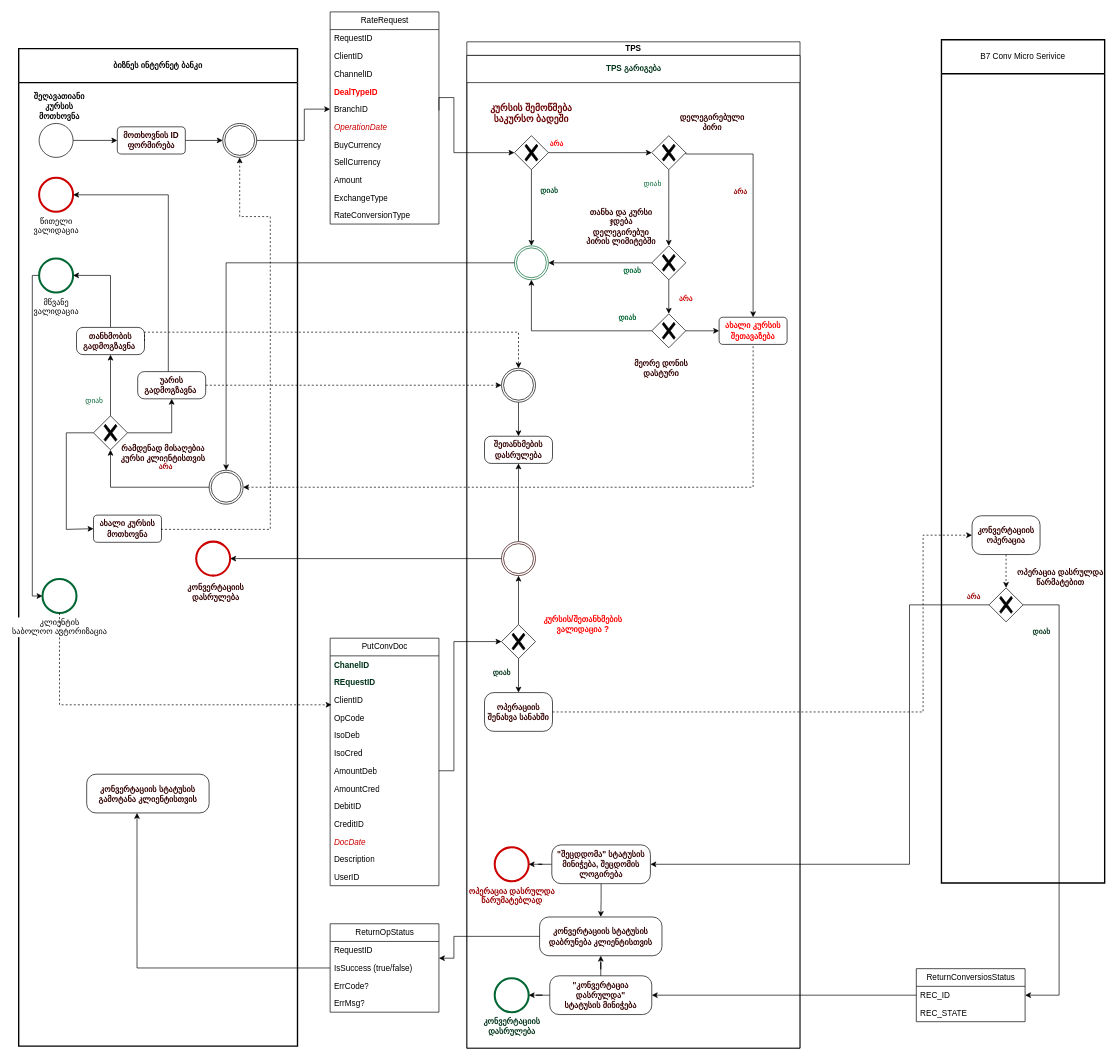
Before: page "შეღავათიანიi კურსზე შეთანხმება" (1 of 4) of RateDealProcessDiagramB7.drawio in vaso514d/drawio, a draw.io diagram. Source tidied: cells renumbered, new cells numbered last; positions are measured from the earlier drawing's top-left corner, leaving out a move shared by most shapes. Both pictures are drawn from the tidied source at 68%, with x=0, y=0 at pixel (18, 12).
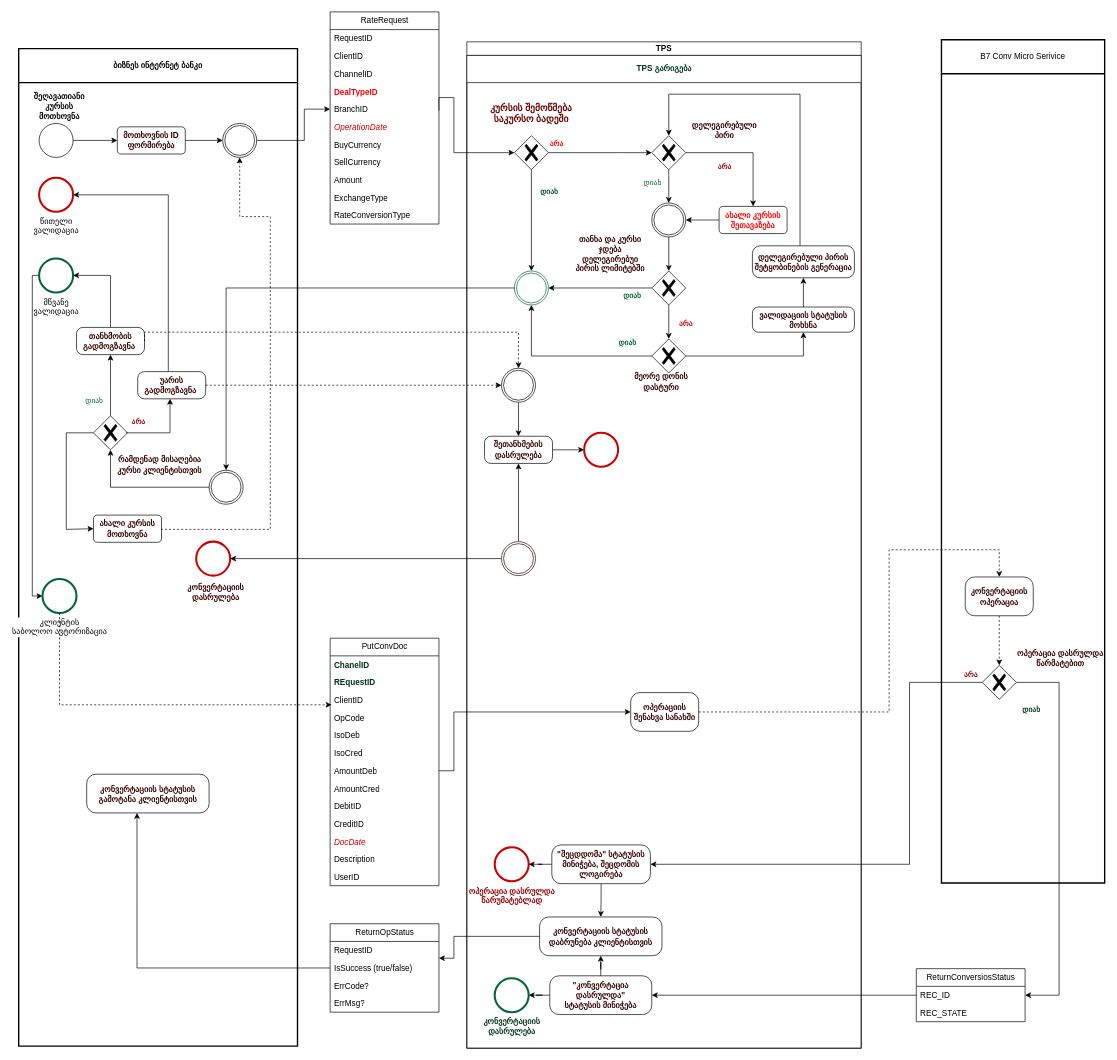
Above is the later version.

The change refers to these unchanged cells:
```xml
<mxCell id="2" value="&lt;b style=&quot;border-color: var(--border-color);&quot;&gt;ბიზნეს ინტერნეტ ბანკი&lt;/b&gt;" style="swimlane;html=1;startSize=50;fontStyle=0;horizontal=1;swimlaneLine=1;strokeWidth=2;swimlaneFillColor=#ffffff;whiteSpace=wrap;" parent="1" vertex="1">
  <mxGeometry y="54" width="410" height="1467" as="geometry" />
</mxCell>
<mxCell id="6" style="points=[[0.25,0.25,0],[0.5,0,0],[0.75,0.25,0],[1,0.5,0],[0.75,0.75,0],[0.5,1,0],[0.25,0.75,0],[0,0.5,0]];shape=mxgraph.bpmn.gateway2;html=1;verticalLabelPosition=bottom;labelBackgroundColor=#ffffff;verticalAlign=top;align=center;perimeter=rhombusPerimeter;outlineConnect=0;outline=none;symbol=none;gwType=exclusive;fontColor=#006633;" parent="2" vertex="1">
  <mxGeometry x="110" y="540" width="50" height="50" as="geometry" />
</mxCell>
<mxCell id="24" style="points=[[0.145,0.145,0],[0.5,0,0],[0.855,0.145,0],[1,0.5,0],[0.855,0.855,0],[0.5,1,0],[0.145,0.855,0],[0,0.5,0]];shape=mxgraph.bpmn.event;html=1;verticalLabelPosition=bottom;labelBackgroundColor=#ffffff;verticalAlign=top;align=center;perimeter=ellipsePerimeter;outlineConnect=0;outline=throwing;symbol=general;fontSize=12;" parent="2" vertex="1">
  <mxGeometry x="280" y="620" width="50" height="50" as="geometry" />
</mxCell>
<mxCell id="26" value="&lt;b&gt;უარის გადმოგზავნა&amp;nbsp;&lt;/b&gt;" style="rounded=1;whiteSpace=wrap;html=1;labelBackgroundColor=none;fontColor=#330000;arcSize=24;" parent="2" vertex="1">
  <mxGeometry x="175" y="475" width="100" height="40" as="geometry" />
</mxCell>
<mxCell id="38" value="&lt;b&gt;შეთანხმების დასრულება&lt;/b&gt;" style="rounded=1;whiteSpace=wrap;html=1;labelBackgroundColor=none;fontColor=#330000;arcSize=24;" parent="32" vertex="1">
  <mxGeometry x="26" y="560" width="100" height="40" as="geometry" />
</mxCell>
<mxCell id="48" value="&lt;b&gt;&quot;შეცდდომა&quot; სტატუსის&lt;br&gt;მინიჭება, შეცდომის ლოგირება&lt;br&gt;&lt;/b&gt;" style="rounded=1;whiteSpace=wrap;html=1;labelBackgroundColor=none;fontColor=#330000;arcSize=24;" parent="32" vertex="1">
  <mxGeometry x="125" y="1161" width="145" height="57" as="geometry" />
</mxCell>
<mxCell id="56" style="points=[[0.145,0.145,0],[0.5,0,0],[0.855,0.145,0],[1,0.5,0],[0.855,0.855,0],[0.5,1,0],[0.145,0.855,0],[0,0.5,0]];shape=mxgraph.bpmn.event;html=1;verticalLabelPosition=bottom;labelBackgroundColor=#ffffff;verticalAlign=top;align=center;perimeter=ellipsePerimeter;outlineConnect=0;outline=throwing;symbol=general;strokeColor=#330000;" parent="32" vertex="1">
  <mxGeometry x="51" y="715" width="50" height="50" as="geometry" />
</mxCell>
<mxCell id="57" style="points=[[0.25,0.25,0],[0.5,0,0],[0.75,0.25,0],[1,0.5,0],[0.75,0.75,0],[0.5,1,0],[0.25,0.75,0],[0,0.5,0]];shape=mxgraph.bpmn.gateway2;html=1;verticalLabelPosition=bottom;labelBackgroundColor=#ffffff;verticalAlign=top;align=center;perimeter=rhombusPerimeter;outlineConnect=0;outline=none;symbol=none;gwType=exclusive;" parent="32" vertex="1">
  <mxGeometry x="272" y="118" width="50" height="50" as="geometry" />
</mxCell>
<mxCell id="94" value="B7 Conv Micro Serivice" style="swimlane;html=1;startSize=50;fontStyle=0;horizontal=1;swimlaneLine=1;strokeWidth=2;swimlaneFillColor=#ffffff;whiteSpace=wrap;" parent="1" vertex="1">
  <mxGeometry x="1357" y="41" width="240" height="1240" as="geometry" />
</mxCell>
<mxCell id="100" value="PutConvDoc" style="swimlane;fontStyle=0;horizontal=1;startSize=26;fillColor=none;html=1;fontColor=#000000;" parent="1" vertex="1">
  <mxGeometry x="458" y="921" width="160" height="364" as="geometry" />
</mxCell>
<mxCell id="129" value="REC_ID" style="text;strokeColor=none;fillColor=none;align=left;verticalAlign=top;spacingLeft=4;spacingRight=4;overflow=hidden;points=[[0,0.5],[1,0.5]];portConstraint=eastwest;whiteSpace=wrap;html=1;fontColor=#000000;" parent="128" vertex="1">
  <mxGeometry y="26" width="160" height="26" as="geometry" />
</mxCell>
```

Diff of the diagram source:
```diff
@@
-    <mxCell id="11" value="რამდენად მისაღებია&lt;br&gt;კურსი კლიენტისთვის" style="text;html=1;strokeColor=none;fillColor=none;align=center;verticalAlign=middle;whiteSpace=wrap;rounded=0;fontColor=#330000;fontStyle=1;" parent="2" vertex="1">
-      <mxGeometry x="145" y="580" width="135" height="30" as="geometry" />
-    </mxCell>
-    <mxCell id="12" style="edgeStyle=orthogonalEdgeStyle;rounded=0;jettySize=auto;html=1;fontColor=#006633;exitX=1;exitY=0.5;exitDx=0;exitDy=0;exitPerimeter=0;entryX=0.5;entryY=1;entryDx=0;entryDy=0;" parent="2" edge="1" source="6" target="26">
-      <mxGeometry relative="1" as="geometry">
-        <Array as="points">
-          <mxPoint x="225" y="565" />
-        </Array>
-      </mxGeometry>
-    </mxCell>
-    <mxCell id="13" value="&lt;b&gt;&lt;font color=&quot;#990000&quot;&gt;არა&lt;/font&gt;&lt;/b&gt;" style="edgeLabel;html=1;align=center;verticalAlign=middle;fontColor=#006633;" parent="12" vertex="1">
-      <mxGeometry x="-0.41" y="1" relative="1" as="geometry">
-        <mxPoint x="21" y="49" as="offset" />
-      </mxGeometry>
-    </mxCell>
@@
+    <mxCell id="12" style="edgeStyle=orthogonalEdgeStyle;rounded=0;orthogonalLoop=1;jettySize=auto;html=1;fontColor=#006633;exitX=1;exitY=0.5;exitDx=0;exitDy=0;exitPerimeter=0;entryX=0.5;entryY=1;entryDx=0;entryDy=0;" parent="2" edge="1">
+      <mxGeometry relative="1" as="geometry">
+        <mxPoint x="157.5" y="565" as="sourcePoint" />
+        <mxPoint x="222.5" y="515" as="targetPoint" />
+        <Array as="points">
+          <mxPoint x="222.5" y="565" />
+        </Array>
+      </mxGeometry>
+    </mxCell>
+    <mxCell id="13" value="&lt;b&gt;&lt;font color=&quot;#990000&quot;&gt;არა&lt;/font&gt;&lt;/b&gt;" style="edgeLabel;html=1;align=center;verticalAlign=middle;fontColor=#006633;" parent="12" vertex="1">
+      <mxGeometry x="-0.41" y="1" relative="1" as="geometry">
+        <mxPoint x="-16" y="-17" as="offset" />
+      </mxGeometry>
+    </mxCell>
+    <mxCell id="11" value="რამდენად მისაღებია&lt;br&gt;კურსი კლიენტისთვის" style="text;html=1;strokeColor=none;fillColor=none;align=center;verticalAlign=middle;whiteSpace=wrap;rounded=0;fontColor=#330000;fontStyle=1;" parent="2" vertex="1">
+      <mxGeometry x="140" y="597" width="135" height="30" as="geometry" />
+    </mxCell>
     <mxCell id="31" value="TPS" style="swimlane;html=1;startSize=20;whiteSpace=wrap;" parent="1" vertex="1">
-      <mxGeometry x="659" y="44" width="490" height="1480" as="geometry" />
+      <mxGeometry x="659" y="44" width="580" height="1480" as="geometry" />
     </mxCell>
     <mxCell id="32" value="&lt;font color=&quot;#00331a&quot;&gt;TPS გარიგება&lt;/font&gt;" style="swimlane;html=1;startSize=40;" parent="31" vertex="1">
-      <mxGeometry y="20" width="490" height="1460" as="geometry" />
+      <mxGeometry y="20" width="580" height="1460" as="geometry" />
     </mxCell>
@@
     <mxCell id="34" style="points=[[0.145,0.145,0],[0.5,0,0],[0.855,0.145,0],[1,0.5,0],[0.855,0.855,0],[0.5,1,0],[0.145,0.855,0],[0,0.5,0]];shape=mxgraph.bpmn.event;html=1;verticalLabelPosition=bottom;labelBackgroundColor=#ffffff;verticalAlign=top;align=center;perimeter=ellipsePerimeter;outlineConnect=0;outline=throwing;symbol=general;strokeColor=#006633;" parent="32" vertex="1">
-      <mxGeometry x="70" y="280" width="50" height="50" as="geometry" />
+      <mxGeometry x="70" y="317" width="50" height="50" as="geometry" />
     </mxCell>
@@
+    <mxCell id="132" style="edgeStyle=orthogonalEdgeStyle;rounded=0;jettySize=auto;html=1;entryX=0;entryY=0.5;entryDx=0;entryDy=0;entryPerimeter=0;fontColor=#00331A;startArrow=none;startFill=0;endArrow=classic;endFill=1;" parent="32" edge="1" source="38" target="140">
+      <mxGeometry relative="1" as="geometry" />
+    </mxCell>
@@
-    <mxCell id="41" value="დიახ" style="edgeStyle=orthogonalEdgeStyle;rounded=0;jettySize=auto;html=1;entryX=0.5;entryY=0;entryDx=0;entryDy=0;fontColor=#00331A;fontStyle=1;" parent="32" edge="1" source="43" target="44">
-      <mxGeometry x="-0.2" y="-25" relative="1" as="geometry" />
-    </mxCell>
-    <mxCell id="42" style="edgeStyle=orthogonalEdgeStyle;rounded=0;jettySize=auto;html=1;entryX=0.5;entryY=1;entryDx=0;entryDy=0;entryPerimeter=0;fontColor=#990000;startArrow=none;startFill=0;endArrow=classic;endFill=1;" parent="32" edge="1" source="43" target="56">
-      <mxGeometry relative="1" as="geometry" />
-    </mxCell>
-    <mxCell id="43" style="points=[[0.25,0.25,0],[0.5,0,0],[0.75,0.25,0],[1,0.5,0],[0.75,0.75,0],[0.5,1,0],[0.25,0.75,0],[0,0.5,0]];shape=mxgraph.bpmn.gateway2;html=1;verticalLabelPosition=bottom;labelBackgroundColor=#ffffff;verticalAlign=top;align=center;perimeter=rhombusPerimeter;outlineConnect=0;outline=none;symbol=none;gwType=exclusive;fontColor=#CC0000;" parent="32" vertex="1">
-      <mxGeometry x="51" y="837" width="50" height="50" as="geometry" />
-    </mxCell>
     <mxCell id="44" value="&lt;b&gt;ოპერაციის შენახვა სანახში&lt;/b&gt;" style="rounded=1;whiteSpace=wrap;html=1;labelBackgroundColor=none;fontColor=#330000;arcSize=24;" parent="32" vertex="1">
-      <mxGeometry x="26" y="937" width="100" height="57" as="geometry" />
+      <mxGeometry x="241" y="937" width="100" height="57" as="geometry" />
     </mxCell>
@@
-    <mxCell id="54" value="&lt;font&gt;კურსის/შეთანხმების&lt;br&gt;ვალიდაცია ?&lt;br&gt;&lt;/font&gt;" style="text;html=1;strokeColor=none;fillColor=none;align=center;verticalAlign=middle;whiteSpace=wrap;rounded=0;fontColor=#FF0000;fontStyle=1;" parent="32" vertex="1">
-      <mxGeometry x="101" y="817" width="140" height="40" as="geometry" />
-    </mxCell>
@@
     <mxCell id="60" style="points=[[0.25,0.25,0],[0.5,0,0],[0.75,0.25,0],[1,0.5,0],[0.75,0.75,0],[0.5,1,0],[0.25,0.75,0],[0,0.5,0]];shape=mxgraph.bpmn.gateway2;html=1;verticalLabelPosition=bottom;labelBackgroundColor=#ffffff;verticalAlign=top;align=center;perimeter=rhombusPerimeter;outlineConnect=0;outline=none;symbol=none;gwType=exclusive;fontColor=#CC0000;" parent="32" vertex="1">
-      <mxGeometry x="272" y="280" width="50" height="50" as="geometry" />
+      <mxGeometry x="272" y="317" width="50" height="50" as="geometry" />
     </mxCell>
     <mxCell id="61" style="edgeStyle=orthogonalEdgeStyle;rounded=0;jettySize=auto;html=1;entryX=1;entryY=0.5;entryDx=0;entryDy=0;entryPerimeter=0;exitX=0;exitY=0.5;exitDx=0;exitDy=0;exitPerimeter=0;" parent="32" edge="1" source="60" target="34">
       <mxGeometry relative="1" as="geometry">
         <Array as="points">
-          <mxPoint x="200" y="305" />
-          <mxPoint x="200" y="305" />
+          <mxPoint x="221" y="342" />
+          <mxPoint x="221" y="342" />
         </Array>
       </mxGeometry>
     </mxCell>
@@
-    <mxCell id="63" style="edgeStyle=orthogonalEdgeStyle;rounded=0;jettySize=auto;html=1;fontColor=#006633;entryX=0.5;entryY=0;entryDx=0;entryDy=0;entryPerimeter=0;exitX=0.5;exitY=1;exitDx=0;exitDy=0;exitPerimeter=0;" parent="32" edge="1" source="57" target="60">
+    <mxCell id="63" style="edgeStyle=orthogonalEdgeStyle;rounded=0;jettySize=auto;html=1;fontColor=#006633;exitX=0.5;exitY=1;exitDx=0;exitDy=0;exitPerimeter=0;entryX=0.5;entryY=0;entryDx=0;entryDy=0;entryPerimeter=0;" parent="32" edge="1" source="57" target="135">
       <mxGeometry relative="1" as="geometry">
         <Array as="points">
           <mxPoint x="297" y="168" />
-          <mxPoint x="297" y="280" />
+          <mxPoint x="297" y="177" />
+          <mxPoint x="295" y="177" />
         </Array>
       </mxGeometry>
     </mxCell>
@@
     <mxCell id="65" style="points=[[0.25,0.25,0],[0.5,0,0],[0.75,0.25,0],[1,0.5,0],[0.75,0.75,0],[0.5,1,0],[0.25,0.75,0],[0,0.5,0]];shape=mxgraph.bpmn.gateway2;html=1;verticalLabelPosition=bottom;labelBackgroundColor=#ffffff;verticalAlign=top;align=center;perimeter=rhombusPerimeter;outlineConnect=0;outline=none;symbol=none;gwType=exclusive;fontColor=#006633;" parent="32" vertex="1">
-      <mxGeometry x="272" y="380" width="50" height="50" as="geometry" />
+      <mxGeometry x="272" y="417" width="50" height="50" as="geometry" />
     </mxCell>
     <mxCell id="66" style="edgeStyle=orthogonalEdgeStyle;rounded=0;jettySize=auto;html=1;fontColor=#006633;entryX=0.5;entryY=1;entryDx=0;entryDy=0;entryPerimeter=0;exitX=0;exitY=0.5;exitDx=0;exitDy=0;exitPerimeter=0;" parent="32" edge="1" source="65" target="34">
       <mxGeometry relative="1" as="geometry">
         <Array as="points">
-          <mxPoint x="95" y="405" />
+          <mxPoint x="95" y="442" />
         </Array>
       </mxGeometry>
     </mxCell>
@@
+    <mxCell id="133" style="edgeStyle=orthogonalEdgeStyle;rounded=0;jettySize=auto;html=1;entryX=1;entryY=0.5;entryDx=0;entryDy=0;entryPerimeter=0;fontColor=#00331A;startArrow=none;startFill=0;endArrow=classic;endFill=1;" parent="32" edge="1" source="69" target="135">
+      <mxGeometry relative="1" as="geometry" />
+    </mxCell>
     <mxCell id="69" value="&lt;b&gt;ახალი კურსის&lt;br&gt;შეთავაზება&lt;/b&gt;" style="rounded=1;whiteSpace=wrap;html=1;labelBackgroundColor=none;fontColor=#FF0000;" parent="32" vertex="1">
-      <mxGeometry x="371" y="385" width="100" height="40" as="geometry" />
+      <mxGeometry x="371" y="222" width="100" height="40" as="geometry" />
     </mxCell>
     <mxCell id="70" style="edgeStyle=orthogonalEdgeStyle;rounded=0;jettySize=auto;html=1;fontColor=#330000;exitX=1;exitY=0.5;exitDx=0;exitDy=0;exitPerimeter=0;entryX=0.5;entryY=0;entryDx=0;entryDy=0;" parent="32" edge="1" source="57" target="69">
       <mxGeometry relative="1" as="geometry">
         <Array as="points">
-          <mxPoint x="322" y="145" />
-          <mxPoint x="421" y="145" />
+          <mxPoint x="421" y="143" />
         </Array>
       </mxGeometry>
     </mxCell>
@@
-    <mxCell id="72" style="edgeStyle=orthogonalEdgeStyle;rounded=0;jettySize=auto;html=1;entryX=0;entryY=0.5;entryDx=0;entryDy=0;" parent="32" edge="1" source="65" target="69">
+    <mxCell id="72" style="edgeStyle=orthogonalEdgeStyle;rounded=0;jettySize=auto;html=1;entryX=0.5;entryY=1;entryDx=0;entryDy=0;" parent="32" edge="1" source="65" target="137">
       <mxGeometry relative="1" as="geometry" />
     </mxCell>
     <mxCell id="73" value="&lt;font color=&quot;#330000&quot;&gt;თანხა და კურსი ჯდება&lt;br&gt;დელეგირებუი პირის ლიმიტებში&lt;br&gt;&lt;/font&gt;" style="text;html=1;strokeColor=none;fillColor=none;align=center;verticalAlign=middle;whiteSpace=wrap;rounded=0;fontColor=#CC0000;fontStyle=1;" parent="32" vertex="1">
-      <mxGeometry x="167" y="217" width="120" height="70" as="geometry" />
+      <mxGeometry x="151" y="257" width="120" height="70" as="geometry" />
     </mxCell>
     <mxCell id="74" value="&lt;font color=&quot;#330000&quot;&gt;დელეგირებული&lt;br&gt;პირი&lt;br&gt;&lt;/font&gt;" style="text;html=1;strokeColor=none;fillColor=none;align=center;verticalAlign=middle;whiteSpace=wrap;rounded=0;fontColor=#CC0000;fontStyle=1;" parent="32" vertex="1">
-      <mxGeometry x="301" y="78" width="120" height="40" as="geometry" />
+      <mxGeometry x="319" y="90" width="120" height="40" as="geometry" />
     </mxCell>
     <mxCell id="75" value="&lt;font color=&quot;#330000&quot;&gt;მეორე დონის&lt;br&gt;დასტური&lt;br&gt;&lt;/font&gt;" style="text;html=1;strokeColor=none;fillColor=none;align=center;verticalAlign=middle;whiteSpace=wrap;rounded=0;fontColor=#CC0000;fontStyle=1;" parent="32" vertex="1">
-      <mxGeometry x="241" y="440" width="90" height="40" as="geometry" />
+      <mxGeometry x="241" y="460" width="90" height="40" as="geometry" />
     </mxCell>
+    <mxCell id="134" style="edgeStyle=orthogonalEdgeStyle;rounded=0;jettySize=auto;html=1;entryX=0.5;entryY=0;entryDx=0;entryDy=0;entryPerimeter=0;fontColor=#00331A;startArrow=none;startFill=0;endArrow=classic;endFill=1;" parent="32" edge="1" source="135" target="60">
+      <mxGeometry relative="1" as="geometry" />
+    </mxCell>
+    <mxCell id="135" style="points=[[0.145,0.145,0],[0.5,0,0],[0.855,0.145,0],[1,0.5,0],[0.855,0.855,0],[0.5,1,0],[0.145,0.855,0],[0,0.5,0]];shape=mxgraph.bpmn.event;html=1;verticalLabelPosition=bottom;labelBackgroundColor=#ffffff;verticalAlign=top;align=center;perimeter=ellipsePerimeter;outlineConnect=0;outline=throwing;symbol=general;fontSize=12;" parent="32" vertex="1">
+      <mxGeometry x="272" y="217" width="50" height="50" as="geometry" />
+    </mxCell>
+    <mxCell id="136" style="edgeStyle=orthogonalEdgeStyle;rounded=0;jettySize=auto;html=1;entryX=0.5;entryY=1;entryDx=0;entryDy=0;fontColor=#00331A;startArrow=none;startFill=0;endArrow=classic;endFill=1;" parent="32" edge="1" source="137" target="139">
+      <mxGeometry relative="1" as="geometry" />
+    </mxCell>
+    <mxCell id="137" value="&lt;b&gt;ვალიდაციის სტატუსის&lt;br&gt;მოხსნა&lt;br&gt;&lt;/b&gt;" style="rounded=1;whiteSpace=wrap;html=1;labelBackgroundColor=none;fontColor=#330000;arcSize=24;" parent="32" vertex="1">
+      <mxGeometry x="420" y="370" width="150" height="37" as="geometry" />
+    </mxCell>
+    <mxCell id="138" style="edgeStyle=orthogonalEdgeStyle;rounded=0;jettySize=auto;html=1;entryX=0.5;entryY=0;entryDx=0;entryDy=0;entryPerimeter=0;fontColor=#00331A;startArrow=none;startFill=0;endArrow=classic;endFill=1;" parent="32" edge="1" source="139" target="57">
+      <mxGeometry relative="1" as="geometry">
+        <Array as="points">
+          <mxPoint x="490" y="57" />
+          <mxPoint x="297" y="57" />
+        </Array>
+      </mxGeometry>
+    </mxCell>
+    <mxCell id="139" value="&lt;b&gt;დელეგირებული პირის&lt;br&gt;შეტყობინების გენერაცია&lt;/b&gt;" style="rounded=1;whiteSpace=wrap;html=1;labelBackgroundColor=none;fontColor=#330000;arcSize=24;" parent="32" vertex="1">
+      <mxGeometry x="420" y="280" width="150" height="47" as="geometry" />
+    </mxCell>
+    <mxCell id="140" style="points=[[0.145,0.145,0],[0.5,0,0],[0.855,0.145,0],[1,0.5,0],[0.855,0.855,0],[0.5,1,0],[0.145,0.855,0],[0,0.5,0]];shape=mxgraph.bpmn.event;html=1;verticalLabelPosition=bottom;labelBackgroundColor=#ffffff;verticalAlign=top;align=center;perimeter=ellipsePerimeter;outlineConnect=0;outline=end;symbol=terminate2;strokeColor=#CC0000;" parent="32" vertex="1">
+      <mxGeometry x="172.5" y="555" width="50" height="50" as="geometry" />
+    </mxCell>
     <mxCell id="76" style="edgeStyle=orthogonalEdgeStyle;rounded=0;jettySize=auto;html=1;entryX=0.5;entryY=0;entryDx=0;entryDy=0;entryPerimeter=0;fontColor=#004F28;exitX=0;exitY=0.5;exitDx=0;exitDy=0;exitPerimeter=0;" parent="1" edge="1" source="34" target="24">
       <mxGeometry relative="1" as="geometry">
         <Array as="points">
-          <mxPoint x="305" y="369" />
+          <mxPoint x="305" y="406" />
         </Array>
       </mxGeometry>
     </mxCell>
-    <mxCell id="77" style="edgeStyle=elbowEdgeStyle;fontSize=12;html=1;endFill=0;startFill=1;endSize=6;startSize=6;dashed=1;endArrow=none;startArrow=classic;rounded=0;entryX=0.5;entryY=1;entryDx=0;entryDy=0;exitX=1;exitY=0.5;exitDx=0;exitDy=0;exitPerimeter=0;" parent="1" edge="1" source="24" target="69">
-      <mxGeometry relative="1" as="geometry">
-        <Array as="points">
-          <mxPoint x="1080" y="601" />
-          <mxPoint x="450" y="571" />
-          <mxPoint x="560" y="651" />
-          <mxPoint x="1010" y="591" />
-        </Array>
-      </mxGeometry>
-    </mxCell>
@@
     <mxCell id="96" value="&lt;b&gt;კონვერტაციის&lt;br&gt;ოპერაცია&lt;br&gt;&lt;/b&gt;" style="rounded=1;whiteSpace=wrap;html=1;labelBackgroundColor=none;fontColor=#330000;arcSize=24;" parent="94" vertex="1">
-      <mxGeometry x="45" y="700" width="100" height="57" as="geometry" />
+      <mxGeometry x="35" y="790" width="100" height="57" as="geometry" />
     </mxCell>
     <mxCell id="97" style="points=[[0.25,0.25,0],[0.5,0,0],[0.75,0.25,0],[1,0.5,0],[0.75,0.75,0],[0.5,1,0],[0.25,0.75,0],[0,0.5,0]];shape=mxgraph.bpmn.gateway2;html=1;verticalLabelPosition=bottom;labelBackgroundColor=#ffffff;verticalAlign=top;align=center;perimeter=rhombusPerimeter;outlineConnect=0;outline=none;symbol=none;gwType=exclusive;fontColor=#CC0000;" parent="94" vertex="1">
-      <mxGeometry x="70" y="806" width="50" height="50" as="geometry" />
+      <mxGeometry x="60" y="920" width="50" height="50" as="geometry" />
     </mxCell>
     <mxCell id="98" value="&lt;font color=&quot;#330000&quot;&gt;ოპერაცია დასრულდა&lt;br&gt;წარმატებით&lt;br&gt;&lt;/font&gt;" style="text;html=1;strokeColor=none;fillColor=none;align=center;verticalAlign=middle;whiteSpace=wrap;rounded=0;fontColor=#CC0000;fontStyle=1;" parent="94" vertex="1">
-      <mxGeometry x="110" y="770" width="130" height="40" as="geometry" />
+      <mxGeometry x="110" y="890" width="130" height="40" as="geometry" />
     </mxCell>
-    <mxCell id="99" style="edgeStyle=orthogonalEdgeStyle;rounded=0;jettySize=auto;html=1;entryX=0;entryY=0.5;entryDx=0;entryDy=0;entryPerimeter=0;fontColor=#00331A;" parent="1" edge="1" source="100" target="43">
+    <mxCell id="99" style="edgeStyle=orthogonalEdgeStyle;rounded=0;jettySize=auto;html=1;entryX=0;entryY=0.5;entryDx=0;entryDy=0;fontColor=#00331A;" parent="1" edge="1" source="100" target="44">
       <mxGeometry relative="1" as="geometry">
         <Array as="points">
           <mxPoint x="640" y="1116" />
-          <mxPoint x="640" y="926" />
+          <mxPoint x="640" y="1030" />
         </Array>
       </mxGeometry>
     </mxCell>
@@
-    <mxCell id="115" style="edgeStyle=orthogonalEdgeStyle;rounded=0;jettySize=auto;html=1;entryX=0;entryY=0.5;entryDx=0;entryDy=0;fontColor=#00331A;dashed=1;" parent="1" edge="1" source="44" target="96">
+    <mxCell id="115" style="edgeStyle=orthogonalEdgeStyle;rounded=0;jettySize=auto;html=1;entryX=0.5;entryY=0;entryDx=0;entryDy=0;fontColor=#00331A;dashed=1;" parent="1" edge="1" source="44" target="96">
       <mxGeometry relative="1" as="geometry">
         <Array as="points">
-          <mxPoint x="1330" y="1030" />
-          <mxPoint x="1330" y="770" />
+          <mxPoint x="1280" y="1030" />
+          <mxPoint x="1280" y="791" />
+          <mxPoint x="1442" y="791" />
         </Array>
       </mxGeometry>
     </mxCell>
     <mxCell id="116" style="edgeStyle=orthogonalEdgeStyle;rounded=0;jettySize=auto;html=1;fontColor=#00331A;entryX=1;entryY=0.5;entryDx=0;entryDy=0;" parent="1" edge="1" source="97" target="129">
       <mxGeometry relative="1" as="geometry">
         <Array as="points">
-          <mxPoint x="1530" y="872" />
+          <mxPoint x="1530" y="986" />
           <mxPoint x="1530" y="1446" />
         </Array>
       </mxGeometry>
     </mxCell>
@@
     <mxCell id="118" style="edgeStyle=orthogonalEdgeStyle;rounded=0;jettySize=auto;html=1;entryX=1;entryY=0.5;entryDx=0;entryDy=0;fontColor=#00331A;" parent="1" edge="1" source="97" target="48">
       <mxGeometry relative="1" as="geometry">
         <Array as="points">
-          <mxPoint x="1310" y="872" />
+          <mxPoint x="1310" y="986" />
           <mxPoint x="1310" y="1254" />
         </Array>
       </mxGeometry>
     </mxCell>
```
